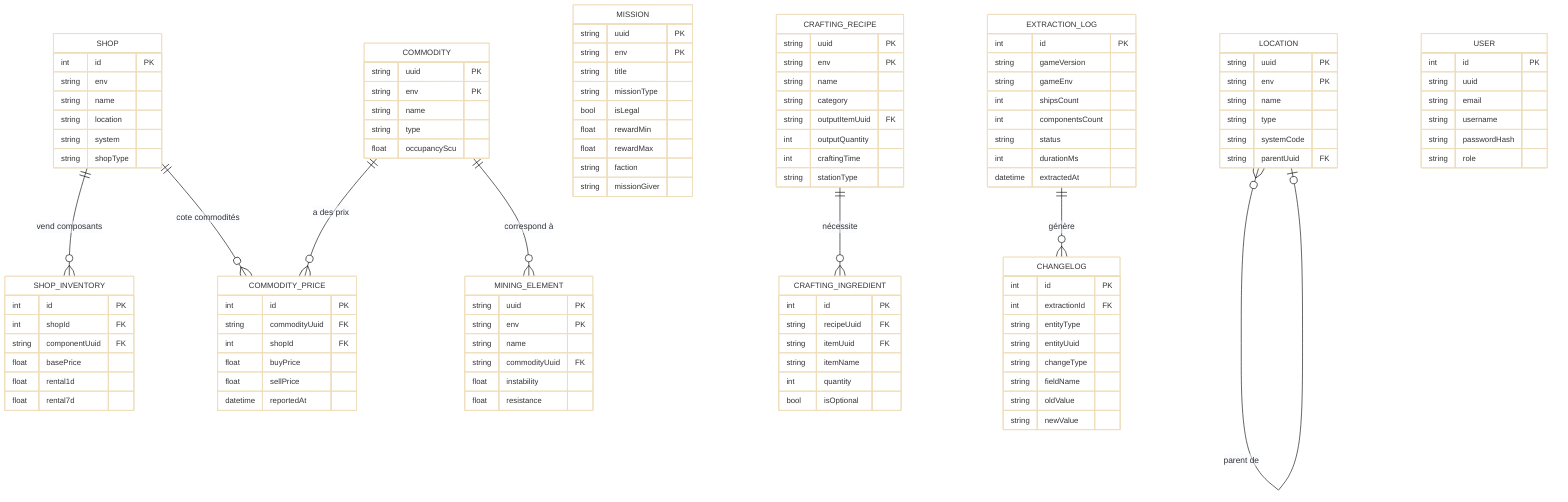
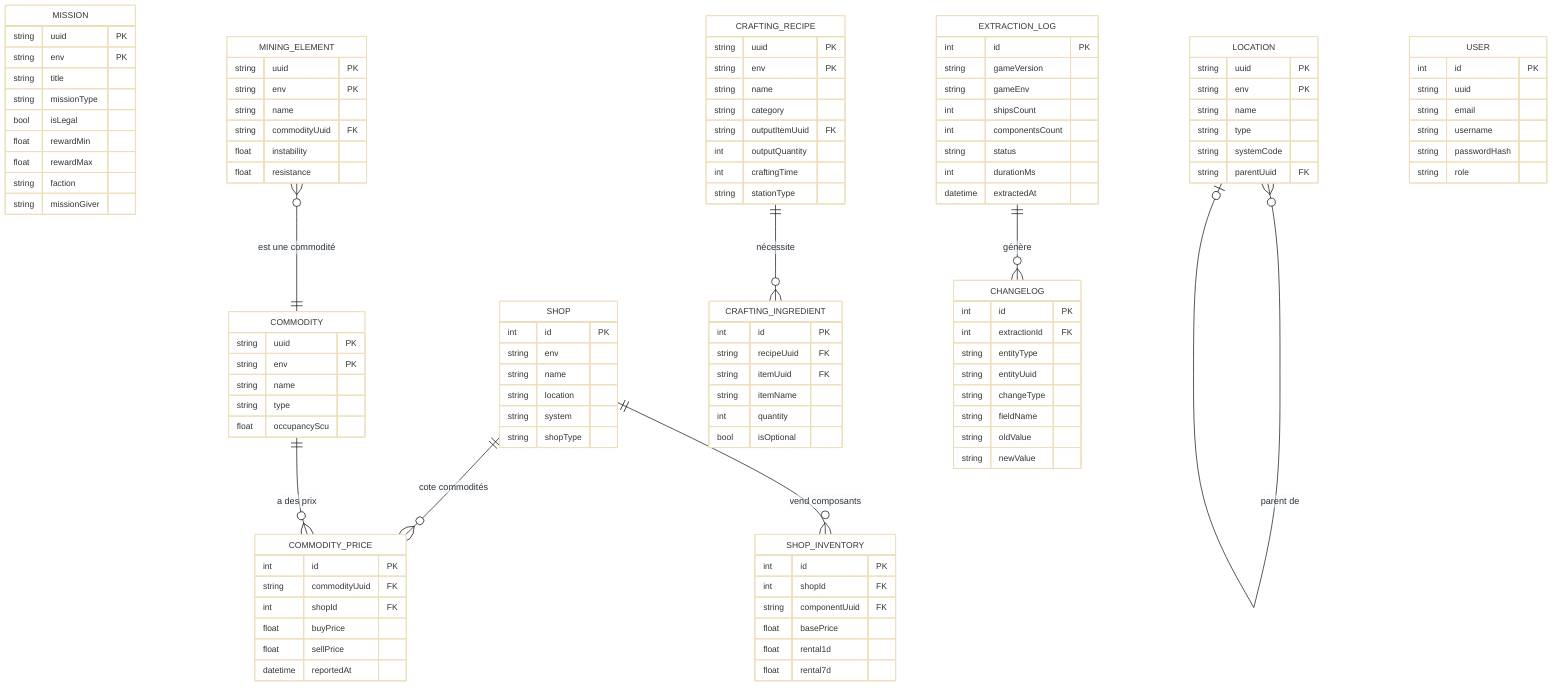
%%{init: {'theme': 'base', 'themeVariables': {'background': '#ffffff', 'mainBkg': '#ffffff', 'fontSize': '13px', 'fontFamily': 'Arial'}, 'er': {'diagramPadding': 20, 'entityPadding': 10, 'useMaxWidth': true}}}%%
erDiagram
    COMMODITY {
        string uuid PK
        string env PK
        string name
        string type
        float occupancyScu
    }

    SHOP {
        int id PK
        string env
        string name
        string location
        string system
        string shopType
    }

    SHOP_INVENTORY {
        int id PK
        int shopId FK
        string componentUuid FK
        float basePrice
        float rental1d
        float rental7d
    }

    COMMODITY_PRICE {
        int id PK
        string commodityUuid FK
        int shopId FK
        float buyPrice
        float sellPrice
        datetime reportedAt
    }

    MISSION {
        string uuid PK
        string env PK
        string title
        string missionType
        bool isLegal
        float rewardMin
        float rewardMax
        string faction
        string missionGiver
    }

    CRAFTING_RECIPE {
        string uuid PK
        string env PK
        string name
        string category
        string outputItemUuid FK
        int outputQuantity
        int craftingTime
        string stationType
    }

    CRAFTING_INGREDIENT {
        int id PK
        string recipeUuid FK
        string itemUuid FK
        string itemName
        int quantity
        bool isOptional
    }

    MINING_ELEMENT {
        string uuid PK
        string env PK
        string name
        string commodityUuid FK
        float instability
        float resistance
    }

    LOCATION {
        string uuid PK
        string env PK
        string name
        string type
        string systemCode
        string parentUuid FK
    }

    EXTRACTION_LOG {
        int id PK
        string gameVersion
        string gameEnv
        int shipsCount
        int componentsCount
        string status
        int durationMs
        datetime extractedAt
    }

    CHANGELOG {
        int id PK
        int extractionId FK
        string entityType
        string entityUuid
        string changeType
        string fieldName
        string oldValue
        string newValue
    }

    USER {
        int id PK
        string uuid
        string email
        string username
        string passwordHash
        string role
    }

    SHOP ||--o{ SHOP_INVENTORY : "vend composants"
    SHOP ||--o{ COMMODITY_PRICE : "cote commodités"
    COMMODITY ||--o{ COMMODITY_PRICE : "a des prix"
-     COMMODITY ||--o{ MINING_ELEMENT : "correspond à"
+     MINING_ELEMENT }o--|| COMMODITY : "est une commodité"
    CRAFTING_RECIPE ||--o{ CRAFTING_INGREDIENT : "nécessite"
    EXTRACTION_LOG ||--o{ CHANGELOG : "génère"
    LOCATION }o--o| LOCATION : "parent de"
